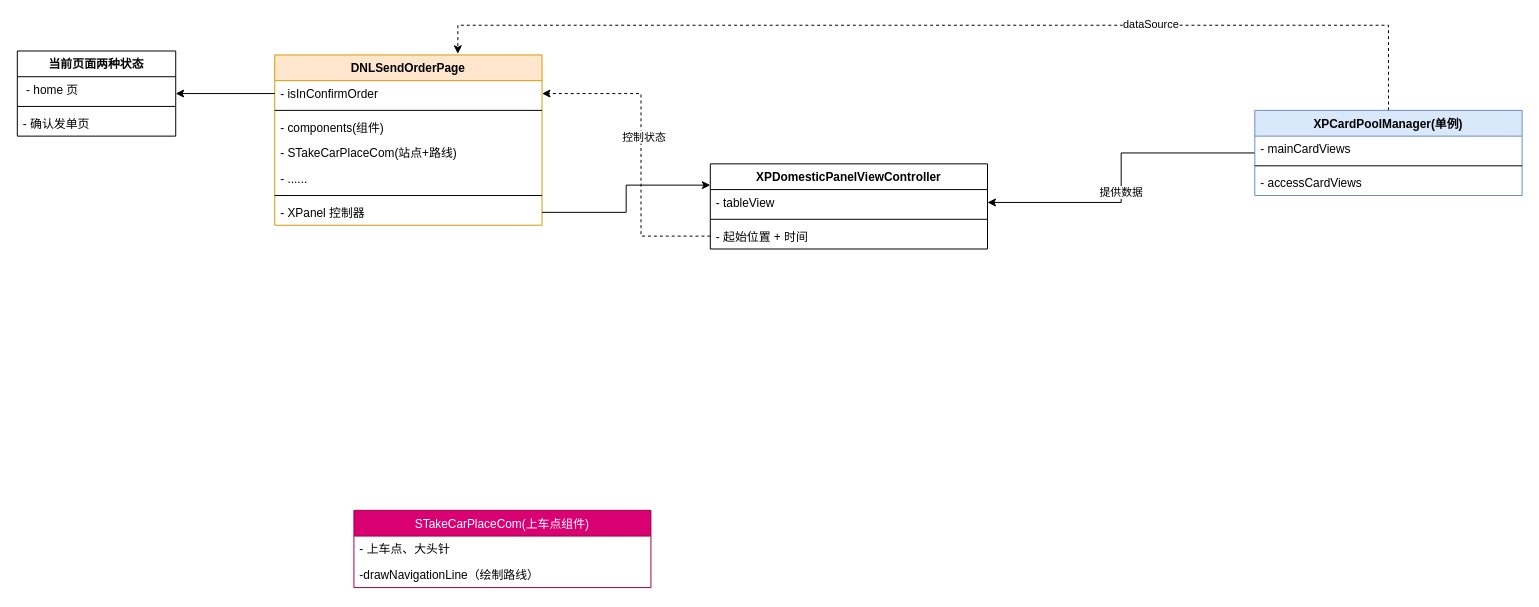
Above: Untitled Diagram.drawio in 515783034/mwebLib (draw.io), before the change. Source tidied: cells renumbered, new cells numbered last; positions are measured from the earlier drawing's top-left corner, leaving out a move shared by most shapes. Both pictures are drawn from the tidied source at 99%, with x=0, y=0 at pixel (17, 25).
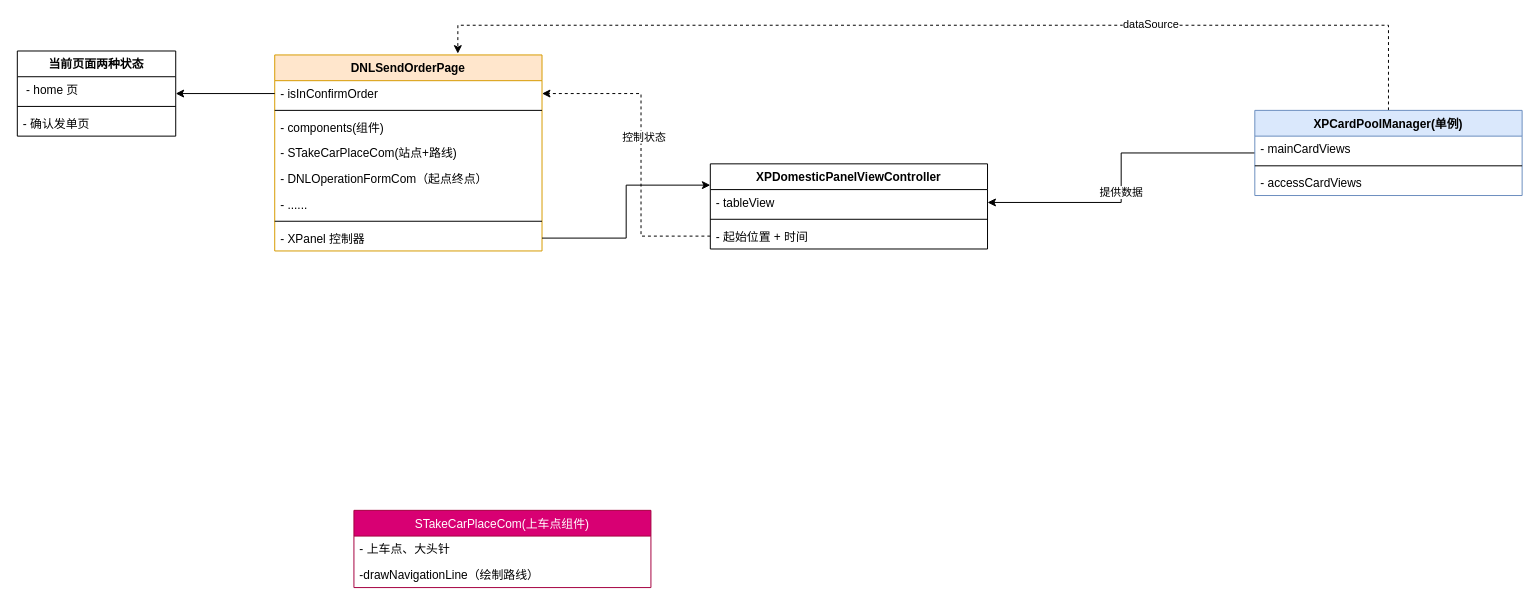
Above is the later version.

Diff of the diagram source:
```diff
@@
     <mxCell id="2" value="DNLSendOrderPage" style="swimlane;fontStyle=1;align=center;verticalAlign=top;horizontal=1;startSize=26;fillColor=#ffe6cc;strokeColor=#d79b00;" parent="1" vertex="1">
-      <mxGeometry x="260" y="30" width="270" height="172" as="geometry" />
+      <mxGeometry x="260" y="30" width="270" height="198" as="geometry" />
     </mxCell>
@@
+    <mxCell id="33" value="- DNLOperationFormCom（起点终点）" style="text;strokeColor=none;fillColor=none;align=left;verticalAlign=top;spacingLeft=4;spacingRight=4;overflow=hidden;" parent="2" vertex="1">
+      <mxGeometry y="112" width="270" height="26" as="geometry" />
+    </mxCell>
     <mxCell id="7" value="- ......" style="text;strokeColor=none;fillColor=none;align=left;verticalAlign=top;spacingLeft=4;spacingRight=4;overflow=hidden;" parent="2" vertex="1">
-      <mxGeometry y="112" width="270" height="26" as="geometry" />
+      <mxGeometry y="138" width="270" height="26" as="geometry" />
     </mxCell>
     <mxCell id="8" style="line;strokeWidth=1;fillColor=none;align=left;verticalAlign=middle;spacingTop=-1;spacingLeft=3;spacingRight=3;labelPosition=right;" parent="2" vertex="1">
-      <mxGeometry y="138" width="270" height="8" as="geometry" />
+      <mxGeometry y="164" width="270" height="8" as="geometry" />
     </mxCell>
     <mxCell id="9" value="- XPanel 控制器" style="text;strokeColor=none;fillColor=none;align=left;verticalAlign=top;spacingLeft=4;spacingRight=4;overflow=hidden;points=[[0,0.5],[1,0.5]];portConstraint=eastwest;" parent="2" vertex="1">
-      <mxGeometry y="146" width="270" height="26" as="geometry" />
+      <mxGeometry y="172" width="270" height="26" as="geometry" />
     </mxCell>
```
